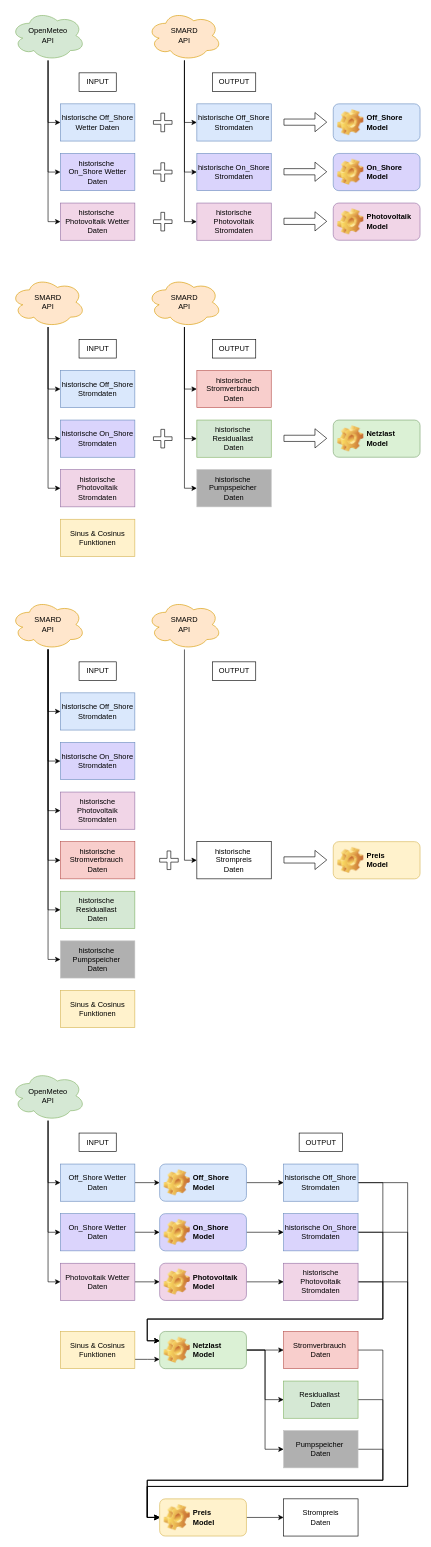
Earlier version of the draw.io diagram Modelle_Graphik.drawio (LeonidasMeurer/Strom_KI). Source tidied: cells renumbered, new cells numbered last; positions are measured from the earlier drawing's top-left corner, leaving out a move shared by most shapes. Both pictures are drawn from the tidied source at 62%, with x=0, y=0 at pixel (11, 11).
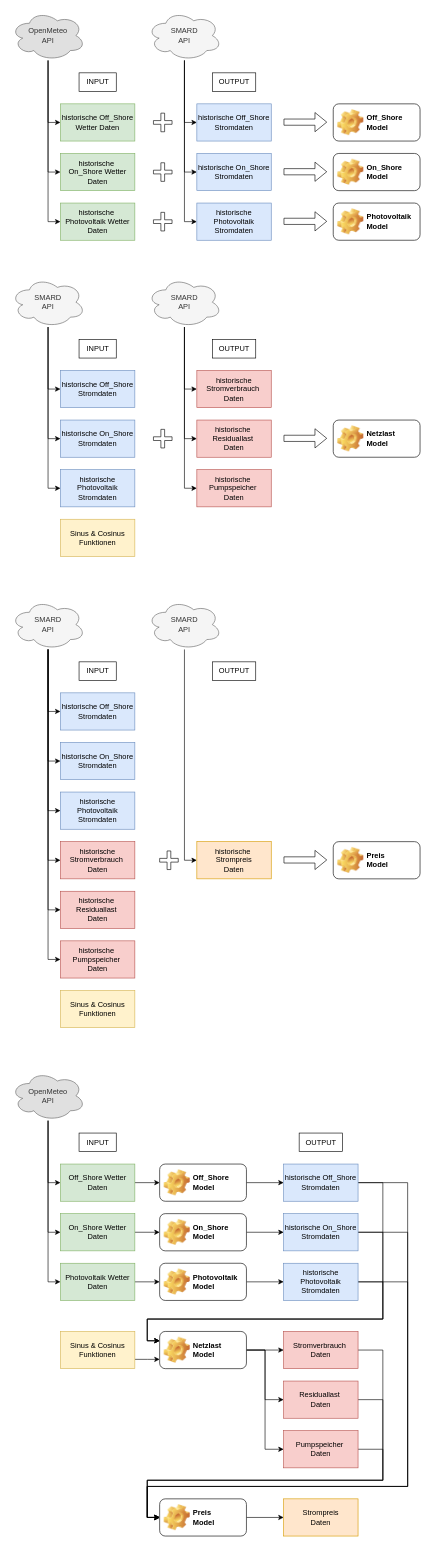
The same page after the edit.

What changed in the source:
```diff
@@
-    <mxCell id="5" value="OpenMeteo&lt;br&gt;API" style="ellipse;shape=cloud;whiteSpace=wrap;html=1;fillColor=#d5e8d4;fillStyle=auto;strokeColor=#82b366;" parent="1" vertex="1">
+    <mxCell id="5" value="OpenMeteo&lt;br&gt;API" style="ellipse;shape=cloud;whiteSpace=wrap;html=1;fillColor=#E0E0E0;fillStyle=auto;strokeColor=#666666;fontColor=#333333;" parent="1" vertex="1">
       <mxGeometry width="120" height="80" as="geometry" />
     </mxCell>
-    <mxCell id="6" value="historische Off_Shore Wetter Daten" style="rounded=0;whiteSpace=wrap;html=1;fillColor=#dae8fc;strokeColor=#6c8ebf;" parent="1" vertex="1">
+    <mxCell id="6" value="historische Off_Shore Wetter Daten" style="rounded=0;whiteSpace=wrap;html=1;fillColor=#d5e8d4;strokeColor=#82b366;" parent="1" vertex="1">
       <mxGeometry x="80" y="150" width="120" height="60" as="geometry" />
     </mxCell>
-    <mxCell id="7" value="historische&amp;nbsp; On_Shore Wetter Daten" style="rounded=0;whiteSpace=wrap;html=1;fillColor=#dbd4fc;strokeColor=#6c8ebf;" parent="1" vertex="1">
+    <mxCell id="7" value="historische&amp;nbsp; On_Shore Wetter Daten" style="rounded=0;whiteSpace=wrap;html=1;fillColor=#d5e8d4;strokeColor=#82b366;" parent="1" vertex="1">
       <mxGeometry x="80" y="230" width="120" height="60" as="geometry" />
     </mxCell>
-    <mxCell id="8" value="historische&amp;nbsp; Photovoltaik Wetter Daten" style="rounded=0;whiteSpace=wrap;html=1;fillColor=#f1d5e7;strokeColor=#9673a6;" parent="1" vertex="1">
+    <mxCell id="8" value="historische&amp;nbsp; Photovoltaik Wetter Daten" style="rounded=0;whiteSpace=wrap;html=1;fillColor=#d5e8d4;strokeColor=#82b366;" parent="1" vertex="1">
       <mxGeometry x="80" y="310" width="120" height="60" as="geometry" />
     </mxCell>
-    <mxCell id="9" value="Off_Shore Model" style="label;whiteSpace=wrap;html=1;image=img/clipart/Gear_128x128.png;fillColor=#dae8fc;strokeColor=#6c8ebf;" parent="1" vertex="1">
+    <mxCell id="9" value="Off_Shore Model" style="label;whiteSpace=wrap;html=1;image=img/clipart/Gear_128x128.png;" parent="1" vertex="1">
       <mxGeometry x="520" y="150" width="140" height="60" as="geometry" />
     </mxCell>
-    <mxCell id="10" value="On_Shore Model" style="label;whiteSpace=wrap;html=1;image=img/clipart/Gear_128x128.png;fillColor=#dad4fc;strokeColor=#6c8ebf;" parent="1" vertex="1">
+    <mxCell id="10" value="On_Shore Model" style="label;whiteSpace=wrap;html=1;image=img/clipart/Gear_128x128.png;" parent="1" vertex="1">
       <mxGeometry x="520" y="230" width="140" height="60" as="geometry" />
     </mxCell>
-    <mxCell id="11" value="Photovoltaik Model" style="label;whiteSpace=wrap;html=1;image=img/clipart/Gear_128x128.png;fillColor=#f1d5e7;strokeColor=#9673a6;" parent="1" vertex="1">
+    <mxCell id="11" value="Photovoltaik Model" style="label;whiteSpace=wrap;html=1;image=img/clipart/Gear_128x128.png;" parent="1" vertex="1">
       <mxGeometry x="520" y="310" width="140" height="60" as="geometry" />
     </mxCell>
@@
-    <mxCell id="15" value="SMARD&lt;br&gt;API" style="ellipse;shape=cloud;whiteSpace=wrap;html=1;fillColor=#ffe6cc;strokeColor=#d79b00;" parent="1" vertex="1">
+    <mxCell id="15" value="SMARD&lt;br&gt;API" style="ellipse;shape=cloud;whiteSpace=wrap;html=1;fillColor=#f5f5f5;strokeColor=#666666;fontColor=#333333;" parent="1" vertex="1">
       <mxGeometry x="220" width="120" height="80" as="geometry" />
     </mxCell>
@@
-    <mxCell id="17" value="historische On_Shore Stromdaten" style="rounded=0;whiteSpace=wrap;html=1;fillColor=#dad4fc;strokeColor=#6c8ebf;" parent="1" vertex="1">
+    <mxCell id="17" value="historische On_Shore Stromdaten" style="rounded=0;whiteSpace=wrap;html=1;fillColor=#dae8fc;strokeColor=#6c8ebf;" parent="1" vertex="1">
       <mxGeometry x="300" y="230" width="120" height="60" as="geometry" />
     </mxCell>
-    <mxCell id="18" value="historische Photovoltaik Stromdaten" style="rounded=0;whiteSpace=wrap;html=1;fillColor=#f1d5e7;strokeColor=#9673a6;" parent="1" vertex="1">
+    <mxCell id="18" value="historische Photovoltaik Stromdaten" style="rounded=0;whiteSpace=wrap;html=1;fillColor=#dae8fc;strokeColor=#6c8ebf;" parent="1" vertex="1">
       <mxGeometry x="300" y="310" width="120" height="60" as="geometry" />
     </mxCell>
@@
-    <mxCell id="30" value="SMARD&lt;br&gt;API" style="ellipse;shape=cloud;whiteSpace=wrap;html=1;fillColor=#ffe6cc;strokeColor=#d79b00;" parent="1" vertex="1">
+    <mxCell id="30" value="SMARD&lt;br&gt;API" style="ellipse;shape=cloud;whiteSpace=wrap;html=1;fillColor=#f5f5f5;strokeColor=#666666;fontColor=#333333;" parent="1" vertex="1">
       <mxGeometry y="430" width="120" height="80" as="geometry" />
     </mxCell>
@@
-    <mxCell id="32" value="historische On_Shore Stromdaten" style="rounded=0;whiteSpace=wrap;html=1;fillColor=#dad4fc;strokeColor=#6c8ebf;" parent="1" vertex="1">
+    <mxCell id="32" value="historische On_Shore Stromdaten" style="rounded=0;whiteSpace=wrap;html=1;fillColor=#dae8fc;strokeColor=#6c8ebf;" parent="1" vertex="1">
       <mxGeometry x="80" y="660" width="120" height="60" as="geometry" />
     </mxCell>
-    <mxCell id="33" value="historische Photovoltaik Stromdaten" style="rounded=0;whiteSpace=wrap;html=1;fillColor=#f1d5e7;strokeColor=#9673a6;" parent="1" vertex="1">
+    <mxCell id="33" value="historische Photovoltaik Stromdaten" style="rounded=0;whiteSpace=wrap;html=1;fillColor=#dae8fc;strokeColor=#6c8ebf;" parent="1" vertex="1">
       <mxGeometry x="80" y="740" width="120" height="60" as="geometry" />
     </mxCell>
@@
-    <mxCell id="38" value="SMARD&lt;br&gt;API" style="ellipse;shape=cloud;whiteSpace=wrap;html=1;fillColor=#ffe6cc;strokeColor=#d79b00;" parent="1" vertex="1">
+    <mxCell id="38" value="SMARD&lt;br&gt;API" style="ellipse;shape=cloud;whiteSpace=wrap;html=1;fillColor=#f5f5f5;strokeColor=#666666;fontColor=#333333;" parent="1" vertex="1">
       <mxGeometry x="220" y="430" width="120" height="80" as="geometry" />
     </mxCell>
@@
-    <mxCell id="40" value="historische&amp;nbsp;&lt;br&gt;Residuallast&lt;span style=&quot;background-color: initial;&quot;&gt;&amp;nbsp;&lt;br&gt;Daten&lt;/span&gt;" style="rounded=0;whiteSpace=wrap;html=1;fillColor=#d5e8d4;strokeColor=#82b366;" parent="1" vertex="1">
+    <mxCell id="40" value="historische&amp;nbsp;&lt;br&gt;Residuallast&lt;span style=&quot;background-color: initial;&quot;&gt;&amp;nbsp;&lt;br&gt;Daten&lt;/span&gt;" style="rounded=0;whiteSpace=wrap;html=1;fillColor=#f8cecc;strokeColor=#b85450;" parent="1" vertex="1">
       <mxGeometry x="300" y="660" width="120" height="60" as="geometry" />
     </mxCell>
-    <mxCell id="41" value="historische&amp;nbsp;&lt;br&gt;Pumpspeicher&amp;nbsp;&lt;br&gt;&lt;span style=&quot;background-color: initial;&quot;&gt;Daten&lt;/span&gt;" style="rounded=0;whiteSpace=wrap;html=1;fillColor=#B0B0B0;strokeColor=#c2c2c2;" parent="1" vertex="1">
+    <mxCell id="41" value="historische&amp;nbsp;&lt;br&gt;Pumpspeicher&amp;nbsp;&lt;br&gt;&lt;span style=&quot;background-color: initial;&quot;&gt;Daten&lt;/span&gt;" style="rounded=0;whiteSpace=wrap;html=1;fillColor=#f8cecc;strokeColor=#b85450;" parent="1" vertex="1">
       <mxGeometry x="300" y="740" width="120" height="60" as="geometry" />
     </mxCell>
@@
-    <mxCell id="45" value="Netzlast&lt;br&gt;Model" style="label;whiteSpace=wrap;html=1;image=img/clipart/Gear_128x128.png;fillColor=#dbf1d5;strokeColor=#7ea573;" parent="1" vertex="1">
+    <mxCell id="45" value="Netzlast&lt;br&gt;Model" style="label;whiteSpace=wrap;html=1;image=img/clipart/Gear_128x128.png;" parent="1" vertex="1">
       <mxGeometry x="520" y="660" width="140" height="60" as="geometry" />
     </mxCell>
@@
-    <mxCell id="53" value="SMARD&lt;br&gt;API" style="ellipse;shape=cloud;whiteSpace=wrap;html=1;fillColor=#ffe6cc;strokeColor=#d79b00;" parent="1" vertex="1">
+    <mxCell id="53" value="SMARD&lt;br&gt;API" style="ellipse;shape=cloud;whiteSpace=wrap;html=1;fillColor=#f5f5f5;strokeColor=#666666;fontColor=#333333;" parent="1" vertex="1">
       <mxGeometry y="950" width="120" height="80" as="geometry" />
     </mxCell>
@@
-    <mxCell id="55" value="historische On_Shore Stromdaten" style="rounded=0;whiteSpace=wrap;html=1;fillColor=#dad4fc;strokeColor=#6c8ebf;" parent="1" vertex="1">
+    <mxCell id="55" value="historische On_Shore Stromdaten" style="rounded=0;whiteSpace=wrap;html=1;fillColor=#dae8fc;strokeColor=#6c8ebf;" parent="1" vertex="1">
       <mxGeometry x="80" y="1180" width="120" height="60" as="geometry" />
     </mxCell>
-    <mxCell id="56" value="historische Photovoltaik Stromdaten" style="rounded=0;whiteSpace=wrap;html=1;fillColor=#f1d5e7;strokeColor=#9673a6;" parent="1" vertex="1">
+    <mxCell id="56" value="historische Photovoltaik Stromdaten" style="rounded=0;whiteSpace=wrap;html=1;fillColor=#dae8fc;strokeColor=#6c8ebf;" parent="1" vertex="1">
       <mxGeometry x="80" y="1260" width="120" height="60" as="geometry" />
     </mxCell>
@@
-    <mxCell id="60" value="historische&amp;nbsp;&lt;br&gt;Residuallast&lt;span style=&quot;background-color: initial;&quot;&gt;&amp;nbsp;&lt;br&gt;Daten&lt;/span&gt;" style="rounded=0;whiteSpace=wrap;html=1;fillColor=#d5e8d4;strokeColor=#82b366;" parent="1" vertex="1">
+    <mxCell id="60" value="historische&amp;nbsp;&lt;br&gt;Residuallast&lt;span style=&quot;background-color: initial;&quot;&gt;&amp;nbsp;&lt;br&gt;Daten&lt;/span&gt;" style="rounded=0;whiteSpace=wrap;html=1;fillColor=#f8cecc;strokeColor=#b85450;" parent="1" vertex="1">
       <mxGeometry x="80" y="1420" width="120" height="60" as="geometry" />
     </mxCell>
-    <mxCell id="61" value="historische&amp;nbsp;&lt;br&gt;Pumpspeicher&amp;nbsp;&lt;br&gt;&lt;span style=&quot;background-color: initial;&quot;&gt;Daten&lt;/span&gt;" style="rounded=0;whiteSpace=wrap;html=1;fillColor=#B0B0B0;strokeColor=#c2c2c2;" parent="1" vertex="1">
+    <mxCell id="61" value="historische&amp;nbsp;&lt;br&gt;Pumpspeicher&amp;nbsp;&lt;br&gt;&lt;span style=&quot;background-color: initial;&quot;&gt;Daten&lt;/span&gt;" style="rounded=0;whiteSpace=wrap;html=1;fillColor=#f8cecc;strokeColor=#b85450;" parent="1" vertex="1">
       <mxGeometry x="80" y="1500" width="120" height="60" as="geometry" />
     </mxCell>
@@
-    <mxCell id="64" value="SMARD&lt;br&gt;API" style="ellipse;shape=cloud;whiteSpace=wrap;html=1;fillColor=#ffe6cc;strokeColor=#d79b00;" parent="1" vertex="1">
+    <mxCell id="64" value="SMARD&lt;br&gt;API" style="ellipse;shape=cloud;whiteSpace=wrap;html=1;fillColor=#f5f5f5;strokeColor=#666666;fontColor=#333333;" parent="1" vertex="1">
       <mxGeometry x="220" y="950" width="120" height="80" as="geometry" />
     </mxCell>
-    <mxCell id="65" value="historische&amp;nbsp;&lt;br&gt;Strompreis&lt;br&gt;&lt;span style=&quot;background-color: initial;&quot;&gt;Daten&lt;/span&gt;" style="rounded=0;whiteSpace=wrap;html=1;" parent="1" vertex="1">
+    <mxCell id="65" value="historische&amp;nbsp;&lt;br&gt;Strompreis&lt;br&gt;&lt;span style=&quot;background-color: initial;&quot;&gt;Daten&lt;/span&gt;" style="rounded=0;whiteSpace=wrap;html=1;fillColor=#ffe6cc;strokeColor=#d79b00;" parent="1" vertex="1">
       <mxGeometry x="300" y="1340" width="120" height="60" as="geometry" />
     </mxCell>
@@
-    <mxCell id="67" value="Preis&lt;br&gt;Model" style="label;whiteSpace=wrap;html=1;image=img/clipart/Gear_128x128.png;fillColor=#fff2cc;strokeColor=#d6b656;" parent="1" vertex="1">
+    <mxCell id="67" value="Preis&lt;br&gt;Model" style="label;whiteSpace=wrap;html=1;image=img/clipart/Gear_128x128.png;" parent="1" vertex="1">
       <mxGeometry x="520" y="1340" width="140" height="60" as="geometry" />
     </mxCell>
@@
-    <mxCell id="72" value="OpenMeteo&lt;br&gt;API" style="ellipse;shape=cloud;whiteSpace=wrap;html=1;fillColor=#d5e8d4;fillStyle=auto;strokeColor=#82b366;" parent="1" vertex="1">
+    <mxCell id="72" value="OpenMeteo&lt;br&gt;API" style="ellipse;shape=cloud;whiteSpace=wrap;html=1;fillColor=#E0E0E0;fillStyle=auto;strokeColor=#666666;fontColor=#333333;" parent="1" vertex="1">
       <mxGeometry y="1710" width="120" height="80" as="geometry" />
     </mxCell>
@@
-    <mxCell id="74" value="Off_Shore Wetter Daten" style="rounded=0;whiteSpace=wrap;html=1;fillColor=#dae8fc;strokeColor=#6c8ebf;" parent="1" vertex="1">
+    <mxCell id="74" value="Off_Shore Wetter Daten" style="rounded=0;whiteSpace=wrap;html=1;fillColor=#d5e8d4;strokeColor=#82b366;" parent="1" vertex="1">
       <mxGeometry x="80" y="1860" width="120" height="60" as="geometry" />
     </mxCell>
@@
-    <mxCell id="76" value="On_Shore Wetter Daten" style="rounded=0;whiteSpace=wrap;html=1;fillColor=#dbd4fc;strokeColor=#6c8ebf;" parent="1" vertex="1">
+    <mxCell id="76" value="On_Shore Wetter Daten" style="rounded=0;whiteSpace=wrap;html=1;fillColor=#d5e8d4;strokeColor=#82b366;" parent="1" vertex="1">
       <mxGeometry x="80" y="1940" width="120" height="60" as="geometry" />
     </mxCell>
@@
-    <mxCell id="78" value="Photovoltaik Wetter Daten" style="rounded=0;whiteSpace=wrap;html=1;fillColor=#f1d5e7;strokeColor=#9673a6;" parent="1" vertex="1">
+    <mxCell id="78" value="Photovoltaik Wetter Daten" style="rounded=0;whiteSpace=wrap;html=1;fillColor=#d5e8d4;strokeColor=#82b366;" parent="1" vertex="1">
       <mxGeometry x="80" y="2020" width="120" height="60" as="geometry" />
     </mxCell>
@@
-    <mxCell id="81" value="Off_Shore Model" style="label;whiteSpace=wrap;html=1;image=img/clipart/Gear_128x128.png;fillColor=#dae8fc;strokeColor=#6c8ebf;" parent="1" vertex="1">
+    <mxCell id="81" value="Off_Shore Model" style="label;whiteSpace=wrap;html=1;image=img/clipart/Gear_128x128.png;" parent="1" vertex="1">
       <mxGeometry x="240" y="1860" width="140" height="60" as="geometry" />
     </mxCell>
@@
-    <mxCell id="83" value="On_Shore Model" style="label;whiteSpace=wrap;html=1;image=img/clipart/Gear_128x128.png;fillColor=#dad4fc;strokeColor=#6c8ebf;" parent="1" vertex="1">
+    <mxCell id="83" value="On_Shore Model" style="label;whiteSpace=wrap;html=1;image=img/clipart/Gear_128x128.png;" parent="1" vertex="1">
       <mxGeometry x="240" y="1940" width="140" height="60" as="geometry" />
     </mxCell>
@@
-    <mxCell id="85" value="Photovoltaik Model" style="label;whiteSpace=wrap;html=1;image=img/clipart/Gear_128x128.png;fillColor=#f1d5e7;strokeColor=#9673a6;" parent="1" vertex="1">
+    <mxCell id="85" value="Photovoltaik Model" style="label;whiteSpace=wrap;html=1;image=img/clipart/Gear_128x128.png;" parent="1" vertex="1">
       <mxGeometry x="240" y="2020" width="140" height="60" as="geometry" />
     </mxCell>
@@
-    <mxCell id="91" value="historische On_Shore Stromdaten" style="rounded=0;whiteSpace=wrap;html=1;fillColor=#dad4fc;strokeColor=#6c8ebf;" parent="1" vertex="1">
+    <mxCell id="91" value="historische On_Shore Stromdaten" style="rounded=0;whiteSpace=wrap;html=1;fillColor=#dae8fc;strokeColor=#6c8ebf;" parent="1" vertex="1">
       <mxGeometry x="440" y="1940" width="120" height="60" as="geometry" />
     </mxCell>
@@
-    <mxCell id="94" value="historische Photovoltaik Stromdaten" style="rounded=0;whiteSpace=wrap;html=1;fillColor=#f1d5e7;strokeColor=#9673a6;" parent="1" vertex="1">
+    <mxCell id="94" value="historische Photovoltaik Stromdaten" style="rounded=0;whiteSpace=wrap;html=1;fillColor=#dae8fc;strokeColor=#6c8ebf;" parent="1" vertex="1">
       <mxGeometry x="440" y="2020" width="120" height="60" as="geometry" />
     </mxCell>
@@
-    <mxCell id="99" value="Netzlast&lt;br&gt;Model" style="label;whiteSpace=wrap;html=1;image=img/clipart/Gear_128x128.png;fillColor=#dbf1d5;strokeColor=#7ea573;" parent="1" vertex="1">
+    <mxCell id="99" value="Netzlast&lt;br&gt;Model" style="label;whiteSpace=wrap;html=1;image=img/clipart/Gear_128x128.png;" parent="1" vertex="1">
       <mxGeometry x="240" y="2130" width="140" height="60" as="geometry" />
     </mxCell>
@@
-    <mxCell id="105" value="Residuallast&lt;span style=&quot;background-color: initial;&quot;&gt;&amp;nbsp;&lt;br&gt;Daten&lt;/span&gt;" style="rounded=0;whiteSpace=wrap;html=1;fillColor=#d5e8d4;strokeColor=#82b366;" parent="1" vertex="1">
+    <mxCell id="105" value="Residuallast&lt;span style=&quot;background-color: initial;&quot;&gt;&amp;nbsp;&lt;br&gt;Daten&lt;/span&gt;" style="rounded=0;whiteSpace=wrap;html=1;fillColor=#f8cecc;strokeColor=#b85450;" parent="1" vertex="1">
       <mxGeometry x="440" y="2210" width="120" height="60" as="geometry" />
     </mxCell>
@@
-    <mxCell id="107" value="Pumpspeicher&amp;nbsp;&lt;br&gt;&lt;span style=&quot;background-color: initial;&quot;&gt;Daten&lt;/span&gt;" style="rounded=0;whiteSpace=wrap;html=1;fillColor=#B0B0B0;strokeColor=#c2c2c2;" parent="1" vertex="1">
+    <mxCell id="107" value="Pumpspeicher&amp;nbsp;&lt;br&gt;&lt;span style=&quot;background-color: initial;&quot;&gt;Daten&lt;/span&gt;" style="rounded=0;whiteSpace=wrap;html=1;fillColor=#f8cecc;strokeColor=#b85450;" parent="1" vertex="1">
       <mxGeometry x="440" y="2290" width="120" height="60" as="geometry" />
     </mxCell>
@@
-    <mxCell id="109" value="Preis&lt;br&gt;Model" style="label;whiteSpace=wrap;html=1;image=img/clipart/Gear_128x128.png;fillColor=#fff2cc;strokeColor=#d6b656;" parent="1" vertex="1">
+    <mxCell id="109" value="Preis&lt;br&gt;Model" style="label;whiteSpace=wrap;html=1;image=img/clipart/Gear_128x128.png;" parent="1" vertex="1">
       <mxGeometry x="240" y="2400" width="140" height="60" as="geometry" />
     </mxCell>
-    <mxCell id="110" value="Strompreis&lt;br&gt;&lt;span style=&quot;background-color: initial;&quot;&gt;Daten&lt;/span&gt;" style="rounded=0;whiteSpace=wrap;html=1;" parent="1" vertex="1">
+    <mxCell id="110" value="Strompreis&lt;br&gt;&lt;span style=&quot;background-color: initial;&quot;&gt;Daten&lt;/span&gt;" style="rounded=0;whiteSpace=wrap;html=1;fillColor=#ffe6cc;strokeColor=#d79b00;" parent="1" vertex="1">
       <mxGeometry x="440" y="2400" width="120" height="60" as="geometry" />
     </mxCell>
```
